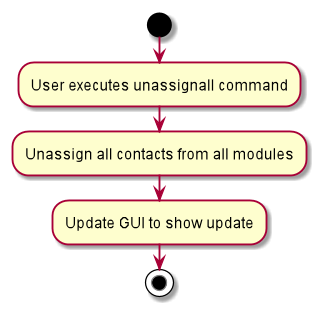
The PlantUML diagram docs/images/UnassignallActivityDiagram.png in nus-cs2103-AY2021S1/tp, before a commit.
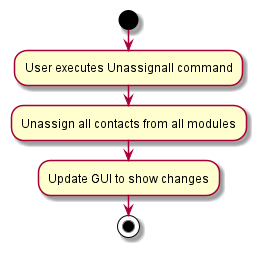
Later version of the same file.

What changed in the source:
```diff
@@ -1,9 +1,9 @@
 @startuml
 start
-:User executes unassignall command;
+:User executes Unassignall command;
 
 :Unassign all contacts from all modules;
-:Update GUI to show update;
+:Update GUI to show changes;
 
 stop
 @enduml
```
